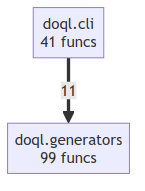
This is project/compact_flow.png from oqlos/doql, a Mermaid export, as it was before one commit. Its source is kept beside it as project/compact_flow.mmd.
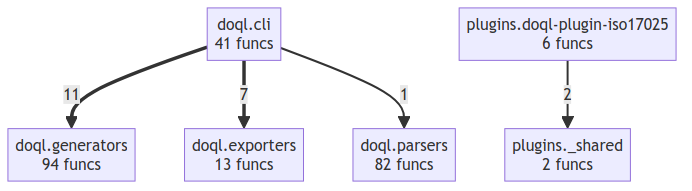
Above is the later version.

What changed in the source:
```diff
@@ -1,4 +1,11 @@
 flowchart TD
     doql__cli["doql.cli<br/>41 funcs"]
-    doql__generators["doql.generators<br/>99 funcs"]
+    doql__exporters["doql.exporters<br/>13 funcs"]
+    doql__generators["doql.generators<br/>94 funcs"]
+    doql__parsers["doql.parsers<br/>82 funcs"]
+    plugins___shared["plugins._shared<br/>2 funcs"]
+    plugins__doql_plugin_iso17025["plugins.doql-plugin-iso17025<br/>6 funcs"]
     doql__cli ==>|11| doql__generators
+    doql__cli ==>|7| doql__exporters
+    plugins__doql_plugin_iso17025 -->|2| plugins___shared
+    doql__cli -->|1| doql__parsers
```
